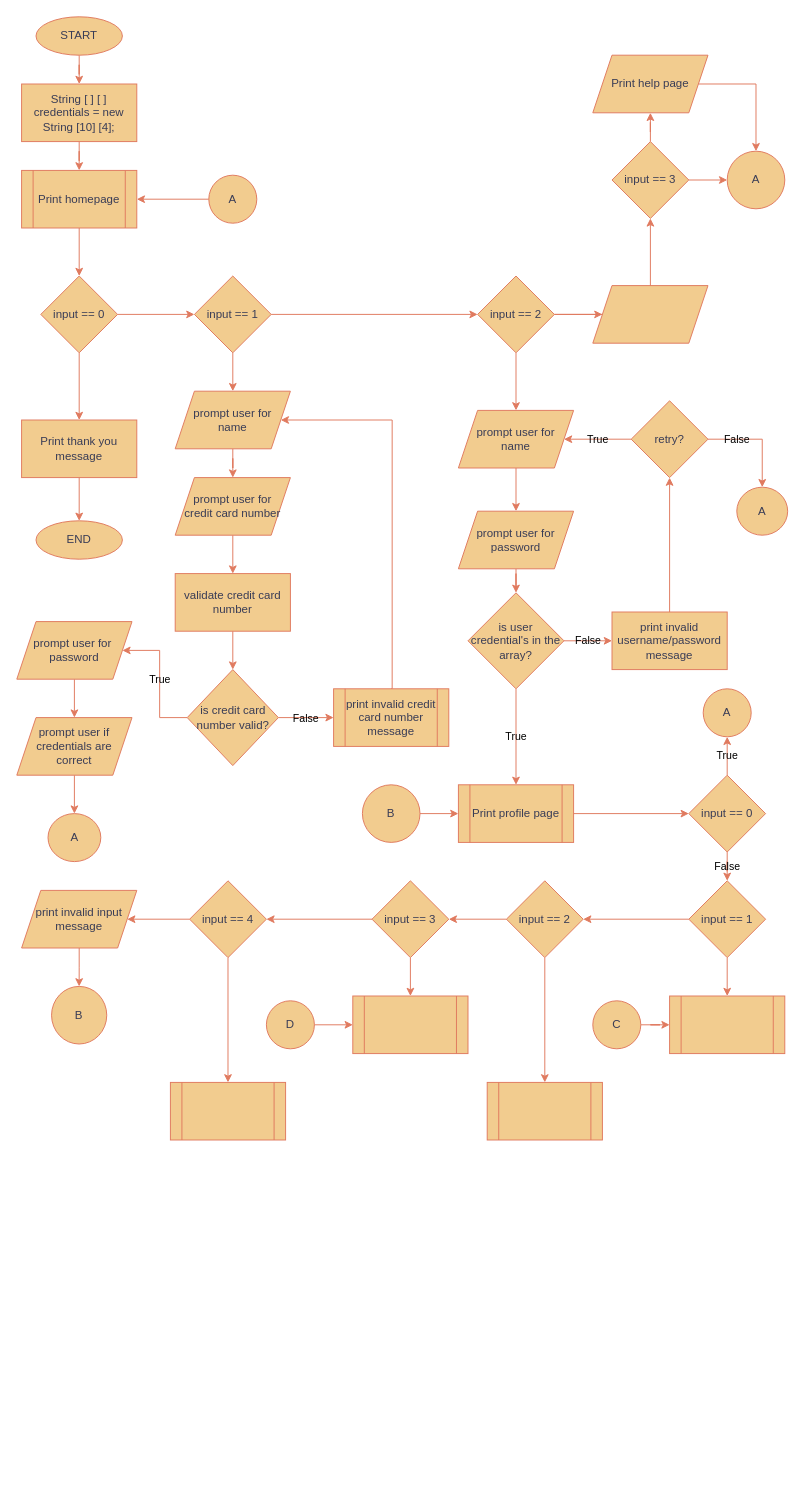
Above: CreditWise.drawio in Gooseytwoshoes/Creditcard-Database (draw.io), before the change. Source tidied: cells renumbered, new cells numbered last; positions are measured from the earlier drawing's top-left corner, leaving out a move shared by most shapes. Both pictures are drawn from the tidied source at 96%, with x=0, y=0 at pixel (16, 16).
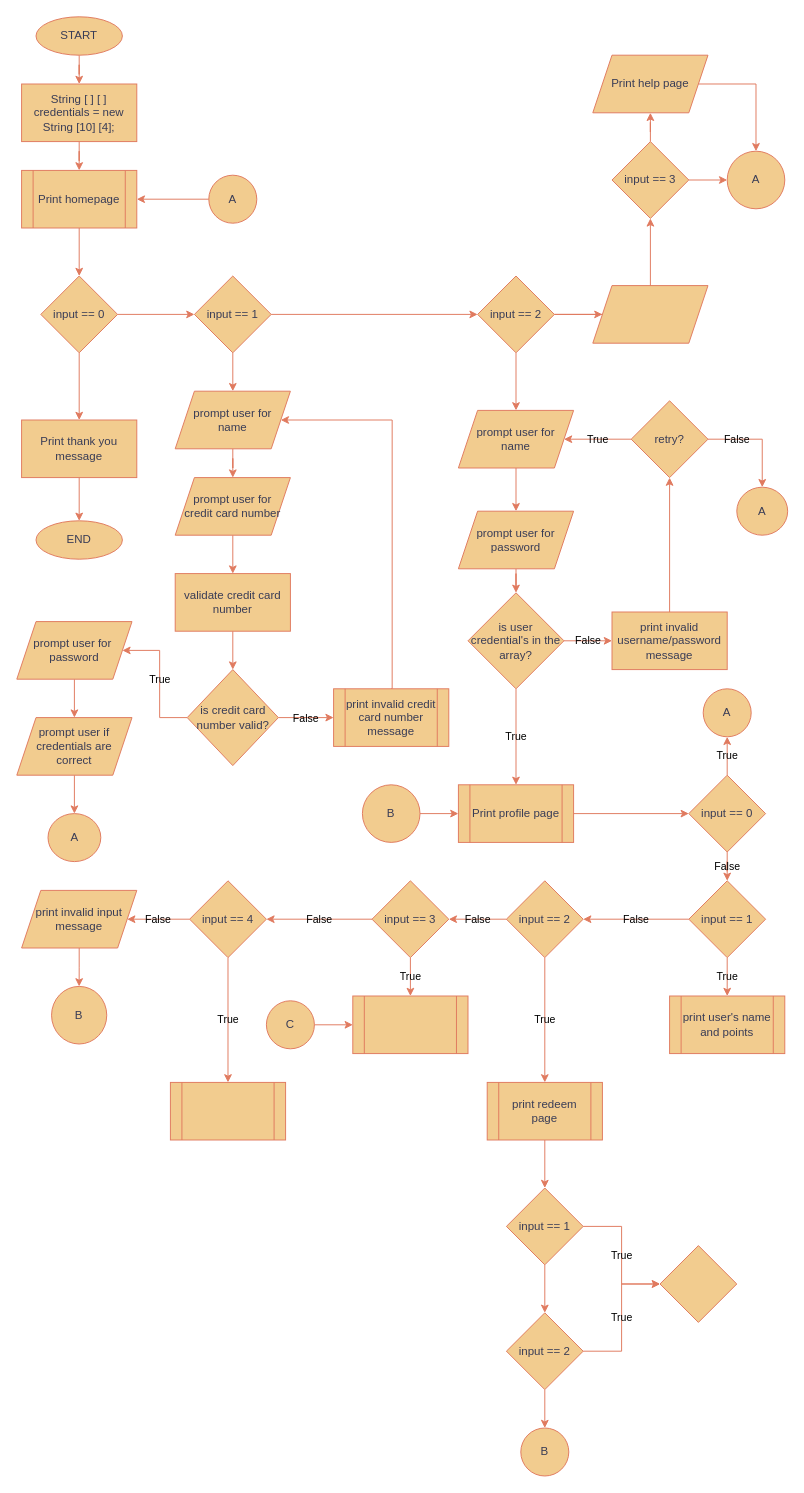
The same diagram, later.

Unchanged cells that the change refers to:
```xml
<mxCell id="69" value="input == 1" style="rhombus;whiteSpace=wrap;html=1;rounded=0;labelBackgroundColor=none;fillColor=#F2CC8F;strokeColor=#E07A5F;fontColor=#393C56;" parent="1" vertex="1">
  <mxGeometry x="700" y="900" width="80" height="80" as="geometry" />
</mxCell>
<mxCell id="72" value="input == 2" style="rhombus;whiteSpace=wrap;html=1;rounded=0;labelBackgroundColor=none;fillColor=#F2CC8F;strokeColor=#E07A5F;fontColor=#393C56;" parent="1" vertex="1">
  <mxGeometry x="510" y="900" width="80" height="80" as="geometry" />
</mxCell>
<mxCell id="75" value="input == 3" style="rhombus;whiteSpace=wrap;html=1;rounded=0;labelBackgroundColor=none;fillColor=#F2CC8F;strokeColor=#E07A5F;fontColor=#393C56;" parent="1" vertex="1">
  <mxGeometry x="370" y="900" width="80" height="80" as="geometry" />
</mxCell>
<mxCell id="78" style="shape=process;whiteSpace=wrap;html=1;backgroundOutline=1;rounded=0;labelBackgroundColor=none;fillColor=#F2CC8F;strokeColor=#E07A5F;fontColor=#393C56;" parent="1" vertex="1">
  <mxGeometry x="350" y="1020" width="120" height="60" as="geometry" />
</mxCell>
<mxCell id="81" value="input == 4" style="rhombus;whiteSpace=wrap;html=1;rounded=0;labelBackgroundColor=none;fillColor=#F2CC8F;strokeColor=#E07A5F;fontColor=#393C56;" parent="1" vertex="1">
  <mxGeometry x="180" y="900" width="80" height="80" as="geometry" />
</mxCell>
<mxCell id="82" style="shape=process;whiteSpace=wrap;html=1;backgroundOutline=1;rounded=0;labelBackgroundColor=none;fillColor=#F2CC8F;strokeColor=#E07A5F;fontColor=#393C56;" parent="1" vertex="1">
  <mxGeometry x="160" y="1110" width="120" height="60" as="geometry" />
</mxCell>
<mxCell id="84" value="print invalid input message" style="shape=parallelogram;perimeter=parallelogramPerimeter;whiteSpace=wrap;html=1;fixedSize=1;rounded=0;labelBackgroundColor=none;fillColor=#F2CC8F;strokeColor=#E07A5F;fontColor=#393C56;" parent="1" vertex="1">
  <mxGeometry x="5" y="910" width="120" height="60" as="geometry" />
</mxCell>
```

Diff of the diagram source:
```diff
@@
-    <mxCell id="67" style="edgeStyle=orthogonalEdgeStyle;rounded=0;jettySize=auto;html=1;labelBackgroundColor=none;strokeColor=#E07A5F;fontColor=default;" parent="1" edge="1" source="69" target="72">
+    <mxCell id="67" value="False" style="edgeStyle=orthogonalEdgeStyle;rounded=0;jettySize=auto;html=1;labelBackgroundColor=none;strokeColor=#E07A5F;fontColor=default;" parent="1" edge="1" source="69" target="72">
       <mxGeometry relative="1" as="geometry" />
     </mxCell>
-    <mxCell id="68" style="edgeStyle=orthogonalEdgeStyle;rounded=0;jettySize=auto;html=1;labelBackgroundColor=none;strokeColor=#E07A5F;fontColor=default;" parent="1" edge="1" source="69" target="76">
+    <mxCell id="68" value="True" style="edgeStyle=orthogonalEdgeStyle;rounded=0;jettySize=auto;html=1;labelBackgroundColor=none;strokeColor=#E07A5F;fontColor=default;" parent="1" edge="1" source="69" target="76">
       <mxGeometry relative="1" as="geometry" />
     </mxCell>
@@
-    <mxCell id="70" style="edgeStyle=orthogonalEdgeStyle;rounded=0;jettySize=auto;html=1;labelBackgroundColor=none;strokeColor=#E07A5F;fontColor=default;" parent="1" edge="1" source="72" target="75">
+    <mxCell id="70" value="False" style="edgeStyle=orthogonalEdgeStyle;rounded=0;jettySize=auto;html=1;labelBackgroundColor=none;strokeColor=#E07A5F;fontColor=default;" parent="1" edge="1" source="72" target="75">
       <mxGeometry relative="1" as="geometry" />
     </mxCell>
-    <mxCell id="71" style="edgeStyle=orthogonalEdgeStyle;rounded=0;jettySize=auto;html=1;labelBackgroundColor=none;strokeColor=#E07A5F;fontColor=default;" parent="1" edge="1" source="72" target="77">
+    <mxCell id="71" value="True" style="edgeStyle=orthogonalEdgeStyle;rounded=0;jettySize=auto;html=1;labelBackgroundColor=none;strokeColor=#E07A5F;fontColor=default;" parent="1" edge="1" source="72" target="77">
       <mxGeometry relative="1" as="geometry" />
     </mxCell>
@@
-    <mxCell id="73" style="edgeStyle=orthogonalEdgeStyle;rounded=0;jettySize=auto;html=1;labelBackgroundColor=none;strokeColor=#E07A5F;fontColor=default;" parent="1" edge="1" source="75" target="78">
+    <mxCell id="73" value="True" style="edgeStyle=orthogonalEdgeStyle;rounded=0;jettySize=auto;html=1;labelBackgroundColor=none;strokeColor=#E07A5F;fontColor=default;" parent="1" edge="1" source="75" target="78">
       <mxGeometry relative="1" as="geometry" />
     </mxCell>
-    <mxCell id="74" style="edgeStyle=orthogonalEdgeStyle;rounded=0;jettySize=auto;html=1;labelBackgroundColor=none;strokeColor=#E07A5F;fontColor=default;" parent="1" edge="1" source="75" target="81">
+    <mxCell id="74" value="False" style="edgeStyle=orthogonalEdgeStyle;rounded=0;jettySize=auto;html=1;labelBackgroundColor=none;strokeColor=#E07A5F;fontColor=default;" parent="1" edge="1" source="75" target="81">
       <mxGeometry relative="1" as="geometry" />
     </mxCell>
@@
-    <mxCell id="76" style="shape=process;whiteSpace=wrap;html=1;backgroundOutline=1;rounded=0;labelBackgroundColor=none;fillColor=#F2CC8F;strokeColor=#E07A5F;fontColor=#393C56;" parent="1" vertex="1">
+    <mxCell id="76" value="print user's name and points" style="shape=process;whiteSpace=wrap;html=1;backgroundOutline=1;rounded=0;labelBackgroundColor=none;fillColor=#F2CC8F;strokeColor=#E07A5F;fontColor=#393C56;" parent="1" vertex="1">
       <mxGeometry x="680" y="1020" width="120" height="60" as="geometry" />
     </mxCell>
+    <mxCell id="90" style="edgeStyle=orthogonalEdgeStyle;rounded=0;jettySize=auto;html=1;strokeColor=#E07A5F;fontColor=default;fillColor=#F2CC8F;labelBackgroundColor=none;" parent="1" edge="1" source="77" target="93">
+      <mxGeometry relative="1" as="geometry" />
+    </mxCell>
-    <mxCell id="77" style="shape=process;whiteSpace=wrap;html=1;backgroundOutline=1;rounded=0;labelBackgroundColor=none;fillColor=#F2CC8F;strokeColor=#E07A5F;fontColor=#393C56;" parent="1" vertex="1">
+    <mxCell id="77" value="print redeem page" style="shape=process;whiteSpace=wrap;html=1;backgroundOutline=1;rounded=0;labelBackgroundColor=none;fillColor=#F2CC8F;strokeColor=#E07A5F;fontColor=#393C56;" parent="1" vertex="1">
       <mxGeometry x="490" y="1110" width="120" height="60" as="geometry" />
     </mxCell>
@@
-    <mxCell id="79" style="edgeStyle=orthogonalEdgeStyle;rounded=0;jettySize=auto;html=1;labelBackgroundColor=none;strokeColor=#E07A5F;fontColor=default;" parent="1" edge="1" source="81" target="82">
+    <mxCell id="79" value="True" style="edgeStyle=orthogonalEdgeStyle;rounded=0;jettySize=auto;html=1;labelBackgroundColor=none;strokeColor=#E07A5F;fontColor=default;" parent="1" edge="1" source="81" target="82">
       <mxGeometry relative="1" as="geometry" />
     </mxCell>
-    <mxCell id="80" style="edgeStyle=orthogonalEdgeStyle;rounded=0;jettySize=auto;html=1;labelBackgroundColor=none;strokeColor=#E07A5F;fontColor=default;" parent="1" edge="1" source="81" target="84">
+    <mxCell id="80" value="False" style="edgeStyle=orthogonalEdgeStyle;rounded=0;jettySize=auto;html=1;labelBackgroundColor=none;strokeColor=#E07A5F;fontColor=default;" parent="1" edge="1" source="81" target="84">
       <mxGeometry relative="1" as="geometry" />
     </mxCell>
@@
-    <mxCell id="87" value="D" style="ellipse;whiteSpace=wrap;html=1;strokeColor=#E07A5F;fontColor=#393C56;fillColor=#F2CC8F;labelBackgroundColor=none;" parent="1" vertex="1">
+    <mxCell id="87" value="C" style="ellipse;whiteSpace=wrap;html=1;strokeColor=#E07A5F;fontColor=#393C56;fillColor=#F2CC8F;labelBackgroundColor=none;" parent="1" vertex="1">
       <mxGeometry x="260" y="1025" width="50" height="50" as="geometry" />
     </mxCell>
-    <mxCell id="88" style="edgeStyle=orthogonalEdgeStyle;rounded=0;jettySize=auto;html=1;strokeColor=#E07A5F;labelBackgroundColor=none;fontColor=default;" parent="1" edge="1" source="89" target="76">
-      <mxGeometry relative="1" as="geometry" />
-    </mxCell>
-    <mxCell id="89" value="C" style="ellipse;whiteSpace=wrap;html=1;strokeColor=#E07A5F;fontColor=#393C56;fillColor=#F2CC8F;labelBackgroundColor=none;" parent="1" vertex="1">
-      <mxGeometry x="600" y="1025" width="50" height="50" as="geometry" />
-    </mxCell>
+    <mxCell id="91" value="True" style="edgeStyle=orthogonalEdgeStyle;rounded=0;jettySize=auto;html=1;strokeColor=#E07A5F;fontColor=default;fillColor=#F2CC8F;labelBackgroundColor=none;" parent="1" edge="1" source="93" target="94">
+      <mxGeometry relative="1" as="geometry" />
+    </mxCell>
+    <mxCell id="92" style="edgeStyle=orthogonalEdgeStyle;rounded=0;jettySize=auto;html=1;strokeColor=#E07A5F;fontColor=default;fillColor=#F2CC8F;labelBackgroundColor=none;" parent="1" edge="1" source="93" target="97">
+      <mxGeometry relative="1" as="geometry" />
+    </mxCell>
+    <mxCell id="93" value="input == 1" style="rhombus;whiteSpace=wrap;html=1;fillColor=#F2CC8F;strokeColor=#E07A5F;fontColor=#393C56;rounded=0;labelBackgroundColor=none;" parent="1" vertex="1">
+      <mxGeometry x="510" y="1220" width="80" height="80" as="geometry" />
+    </mxCell>
+    <mxCell id="94" style="rhombus;whiteSpace=wrap;html=1;fillColor=#F2CC8F;strokeColor=#E07A5F;fontColor=#393C56;rounded=0;labelBackgroundColor=none;" parent="1" vertex="1">
+      <mxGeometry x="670" y="1280" width="80" height="80" as="geometry" />
+    </mxCell>
+    <mxCell id="95" style="edgeStyle=orthogonalEdgeStyle;rounded=0;jettySize=auto;html=1;strokeColor=#E07A5F;fontColor=default;fillColor=#F2CC8F;labelBackgroundColor=none;" parent="1" edge="1" source="97" target="98">
+      <mxGeometry relative="1" as="geometry" />
+    </mxCell>
+    <mxCell id="96" value="True" style="edgeStyle=orthogonalEdgeStyle;rounded=0;jettySize=auto;html=1;strokeColor=#E07A5F;fontColor=default;fillColor=#F2CC8F;labelBackgroundColor=none;" parent="1" edge="1" source="97" target="94">
+      <mxGeometry relative="1" as="geometry" />
+    </mxCell>
+    <mxCell id="97" value="input == 2" style="rhombus;whiteSpace=wrap;html=1;fillColor=#F2CC8F;strokeColor=#E07A5F;fontColor=#393C56;rounded=0;labelBackgroundColor=none;" parent="1" vertex="1">
+      <mxGeometry x="510" y="1350" width="80" height="80" as="geometry" />
+    </mxCell>
+    <mxCell id="98" value="B" style="ellipse;whiteSpace=wrap;html=1;fillColor=#F2CC8F;strokeColor=#E07A5F;fontColor=#393C56;rounded=0;labelBackgroundColor=none;" parent="1" vertex="1">
+      <mxGeometry x="525" y="1470" width="50" height="50" as="geometry" />
+    </mxCell>
```
